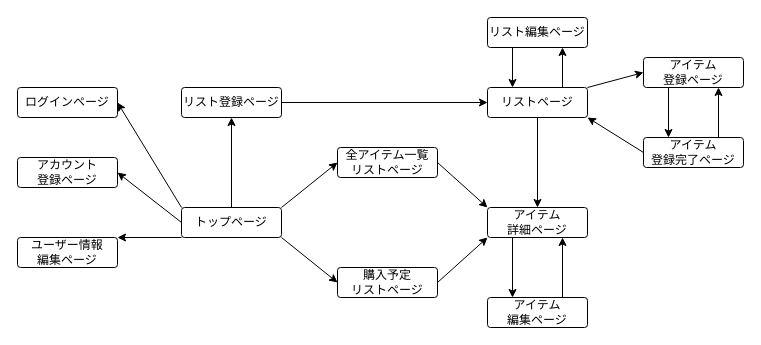
This is transition.dio from nagataku26/life-stocker, a draw.io file, before an edit. Source tidied: cells renumbered, new cells numbered last; positions are measured from the earlier drawing's top-left corner, leaving out a move shared by most shapes. Both pictures are drawn from the tidied source at 100%, with x=0, y=0 at pixel (17, 17).
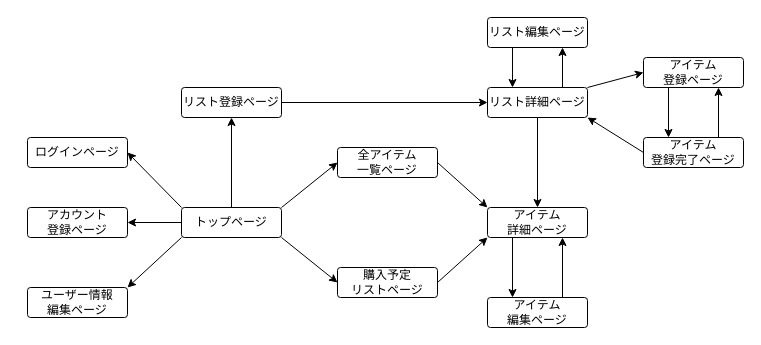
The same diagram, later.

Commit message:
画面遷移図修正

Diff of the diagram source:
```diff
@@
-    <mxCell id="15" value="全アイテム一覧&lt;br&gt;リストページ" style="rounded=1;arcSize=10;whiteSpace=wrap;html=1;align=center;" parent="1" vertex="1">
+    <mxCell id="15" value="全アイテム&lt;br&gt;一覧ページ" style="rounded=1;arcSize=10;whiteSpace=wrap;html=1;align=center;" parent="1" vertex="1">
       <mxGeometry x="320" y="130" width="100" height="30" as="geometry" />
     </mxCell>
     <mxCell id="16" value="アカウント&lt;br&gt;登録ページ" style="rounded=1;arcSize=10;whiteSpace=wrap;html=1;align=center;" parent="1" vertex="1">
-      <mxGeometry y="140" width="100" height="30" as="geometry" />
+      <mxGeometry x="10" y="190" width="100" height="30" as="geometry" />
     </mxCell>
     <mxCell id="17" value="ログインページ" style="rounded=1;arcSize=10;whiteSpace=wrap;html=1;align=center;" parent="1" vertex="1">
-      <mxGeometry y="70" width="100" height="30" as="geometry" />
+      <mxGeometry x="10" y="120" width="100" height="30" as="geometry" />
     </mxCell>
     <mxCell id="18" value="ユーザー情報&lt;br&gt;編集ページ" style="rounded=1;arcSize=10;whiteSpace=wrap;html=1;align=center;" parent="1" vertex="1">
-      <mxGeometry y="220" width="100" height="30" as="geometry" />
+      <mxGeometry x="10" y="270" width="100" height="30" as="geometry" />
     </mxCell>
@@
-    <mxCell id="22" value="リストページ" style="rounded=1;arcSize=10;whiteSpace=wrap;html=1;align=center;" parent="1" vertex="1">
+    <mxCell id="22" value="リスト詳細ページ" style="rounded=1;arcSize=10;whiteSpace=wrap;html=1;align=center;" parent="1" vertex="1">
       <mxGeometry x="470" y="70" width="100" height="30" as="geometry" />
     </mxCell>
```
